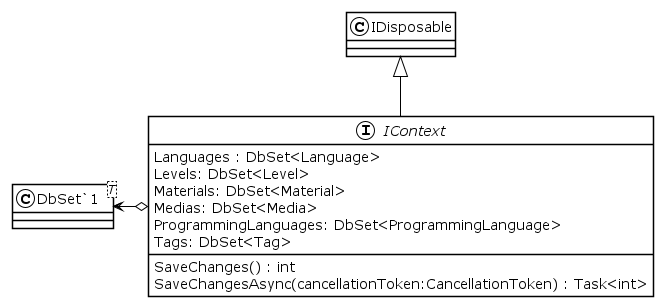
Earlier version of the PlantUML export Documentation/UML/Images/IContext.png (ahja-itu/BDSA2021-FinalProject).
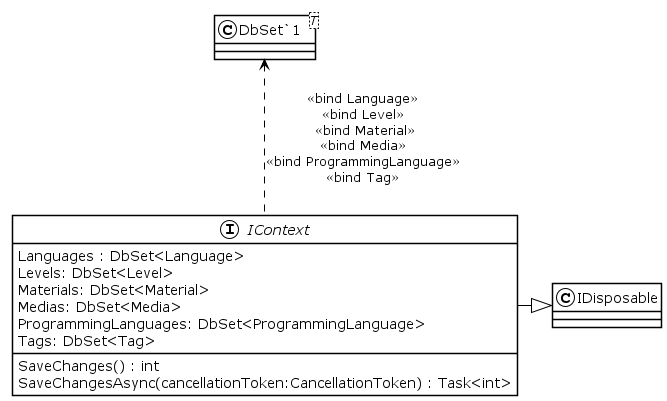
The same diagram one commit later.

Change to the diagram source:
```diff
@@ -12,6 +12,6 @@
 }
 class "DbSet`1"<T> {
 }
-IDisposable <|-- IContext
-"DbSet`1" <-o IContext
+IDisposable <|-l- IContext
+"DbSet`1" <.. IContext : <<bind Language>>\n<<bind Level>>\n <<bind Material>>\n<<bind Media>>\n<<bind ProgrammingLanguage>>\n<<bind Tag>>
 @enduml
```
